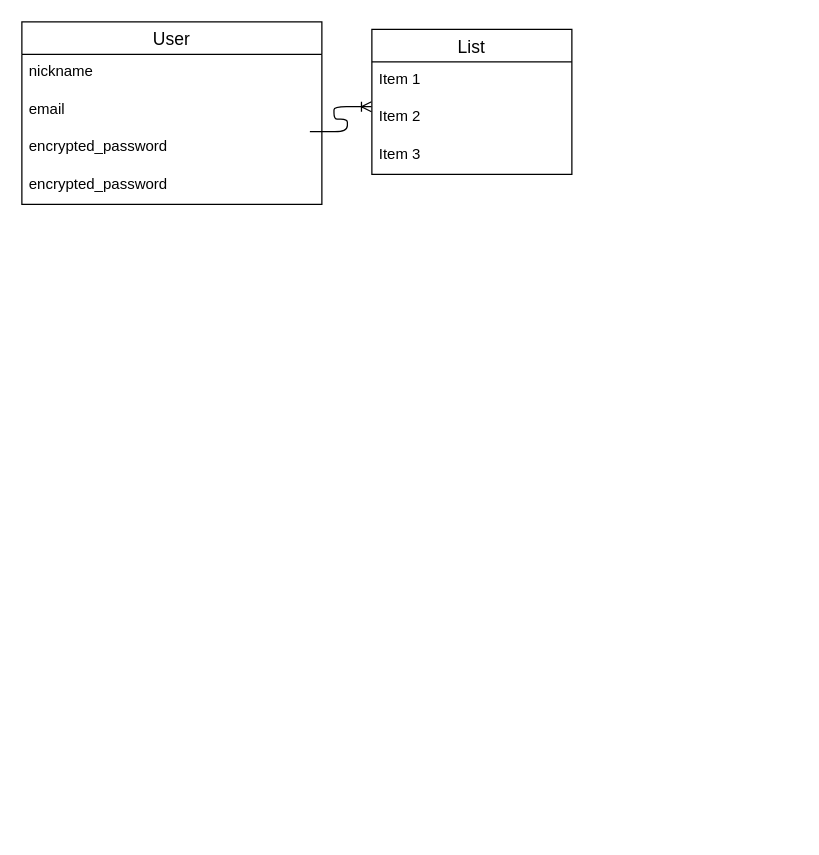
Above: er.dio in Why-4410/furima-34791 (draw.io), before the change. Source tidied: cells renumbered, new cells numbered last; positions are measured from the earlier drawing's top-left corner, leaving out a move shared by most shapes. Both pictures are drawn from the tidied source at 125%, with x=0, y=0 at pixel (21, 21).
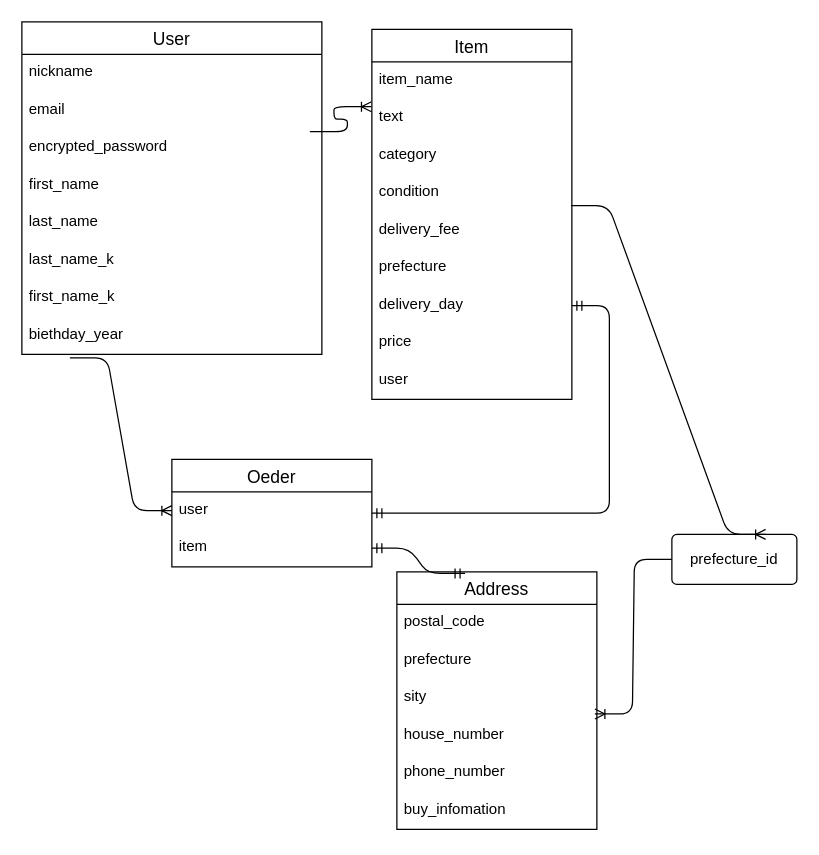
Above is the later version.

Change to the diagram source:
```diff
@@
     <mxCell id="2" value="User" style="swimlane;fontStyle=0;horizontal=1;startSize=26;align=center;fontSize=14;" parent="1" vertex="1">
-      <mxGeometry width="240" height="146" as="geometry" />
+      <mxGeometry width="240" height="266" as="geometry" />
     </mxCell>
@@
-    <mxCell id="7" value="encrypted_password" style="text;strokeColor=none;fillColor=none;spacingLeft=4;spacingRight=4;overflow=hidden;fontSize=12;" parent="2" vertex="1">
+    <mxCell id="7" value="first_name " style="text;strokeColor=none;fillColor=none;spacingLeft=4;spacingRight=4;overflow=hidden;fontSize=12;" parent="2" vertex="1">
       <mxGeometry y="116" width="240" height="30" as="geometry" />
     </mxCell>
+    <mxCell id="13" value="last_name " style="text;strokeColor=none;fillColor=none;spacingLeft=4;spacingRight=4;overflow=hidden;fontSize=12;" parent="2" vertex="1">
+      <mxGeometry y="146" width="240" height="30" as="geometry" />
+    </mxCell>
+    <mxCell id="14" value="last_name_k" style="text;strokeColor=none;fillColor=none;spacingLeft=4;spacingRight=4;overflow=hidden;fontSize=12;" parent="2" vertex="1">
+      <mxGeometry y="176" width="240" height="30" as="geometry" />
+    </mxCell>
+    <mxCell id="15" value="first_name_k" style="text;strokeColor=none;fillColor=none;spacingLeft=4;spacingRight=4;overflow=hidden;fontSize=12;" parent="2" vertex="1">
+      <mxGeometry y="206" width="240" height="30" as="geometry" />
+    </mxCell>
+    <mxCell id="16" value="biethday_year" style="text;strokeColor=none;fillColor=none;spacingLeft=4;spacingRight=4;overflow=hidden;points=[[0,0.5],[1,0.5]];portConstraint=eastwest;fontSize=12;" parent="2" vertex="1">
+      <mxGeometry y="236" width="240" height="30" as="geometry" />
+    </mxCell>
@@
-    <mxCell id="9" value="List" style="swimlane;fontStyle=0;horizontal=1;startSize=26;align=center;fontSize=14;" parent="1" vertex="1">
-      <mxGeometry x="280" y="6" width="160" height="116" as="geometry" />
+    <mxCell id="9" value="Item" style="swimlane;fontStyle=0;horizontal=1;startSize=26;align=center;fontSize=14;" parent="1" vertex="1">
+      <mxGeometry x="280" y="6" width="160" height="296" as="geometry" />
     </mxCell>
-    <mxCell id="10" value="Item 1" style="text;strokeColor=none;fillColor=none;spacingLeft=4;spacingRight=4;overflow=hidden;fontSize=12;" parent="9" vertex="1">
+    <mxCell id="10" value="item_name" style="text;strokeColor=none;fillColor=none;spacingLeft=4;spacingRight=4;overflow=hidden;fontSize=12;" parent="9" vertex="1">
       <mxGeometry y="26" width="160" height="30" as="geometry" />
     </mxCell>
-    <mxCell id="11" value="Item 2" style="text;strokeColor=none;fillColor=none;spacingLeft=4;spacingRight=4;overflow=hidden;points=[[0,0.5],[1,0.5]];portConstraint=eastwest;fontSize=12;" parent="9" vertex="1">
+    <mxCell id="11" value="text" style="text;strokeColor=none;fillColor=none;spacingLeft=4;spacingRight=4;overflow=hidden;points=[[0,0.5],[1,0.5]];portConstraint=eastwest;fontSize=12;" parent="9" vertex="1">
       <mxGeometry y="56" width="160" height="30" as="geometry" />
     </mxCell>
-    <mxCell id="12" value="Item 3" style="text;strokeColor=none;fillColor=none;spacingLeft=4;spacingRight=4;overflow=hidden;fontSize=12;" parent="9" vertex="1">
+    <mxCell id="12" value="category" style="text;strokeColor=none;fillColor=none;spacingLeft=4;spacingRight=4;overflow=hidden;fontSize=12;" parent="9" vertex="1">
       <mxGeometry y="86" width="160" height="30" as="geometry" />
     </mxCell>
+    <mxCell id="17" value="condition" style="text;strokeColor=none;fillColor=none;spacingLeft=4;spacingRight=4;overflow=hidden;points=[[0,0.5],[1,0.5]];portConstraint=eastwest;fontSize=12;" parent="9" vertex="1">
+      <mxGeometry y="116" width="160" height="30" as="geometry" />
+    </mxCell>
+    <mxCell id="18" value="delivery_fee" style="text;strokeColor=none;fillColor=none;spacingLeft=4;spacingRight=4;overflow=hidden;fontSize=12;" parent="9" vertex="1">
+      <mxGeometry y="146" width="160" height="30" as="geometry" />
+    </mxCell>
+    <mxCell id="19" value="prefecture" style="text;strokeColor=none;fillColor=none;spacingLeft=4;spacingRight=4;overflow=hidden;fontSize=12;" parent="9" vertex="1">
+      <mxGeometry y="176" width="160" height="30" as="geometry" />
+    </mxCell>
+    <mxCell id="20" value="delivery_day" style="text;strokeColor=none;fillColor=none;spacingLeft=4;spacingRight=4;overflow=hidden;points=[[0,0.5],[1,0.5]];portConstraint=eastwest;fontSize=12;" parent="9" vertex="1">
+      <mxGeometry y="206" width="160" height="30" as="geometry" />
+    </mxCell>
+    <mxCell id="21" value="price" style="text;strokeColor=none;fillColor=none;spacingLeft=4;spacingRight=4;overflow=hidden;fontSize=12;" parent="9" vertex="1">
+      <mxGeometry y="236" width="160" height="30" as="geometry" />
+    </mxCell>
+    <mxCell id="22" value="user" style="text;strokeColor=none;fillColor=none;spacingLeft=4;spacingRight=4;overflow=hidden;fontSize=12;" parent="9" vertex="1">
+      <mxGeometry y="266" width="160" height="30" as="geometry" />
+    </mxCell>
+    <mxCell id="23" value="Oeder" style="swimlane;fontStyle=0;horizontal=1;startSize=26;align=center;fontSize=14;" parent="1" vertex="1">
+      <mxGeometry x="120" y="350" width="160" height="86" as="geometry" />
+    </mxCell>
+    <mxCell id="24" value="user" style="text;strokeColor=none;fillColor=none;spacingLeft=4;spacingRight=4;overflow=hidden;points=[[0,0.5],[1,0.5]];portConstraint=eastwest;fontSize=12;" parent="23" vertex="1">
+      <mxGeometry y="26" width="160" height="30" as="geometry" />
+    </mxCell>
+    <mxCell id="25" value="item" style="text;strokeColor=none;fillColor=none;spacingLeft=4;spacingRight=4;overflow=hidden;points=[[0,0.5],[1,0.5]];portConstraint=eastwest;fontSize=12;" parent="23" vertex="1">
+      <mxGeometry y="56" width="160" height="30" as="geometry" />
+    </mxCell>
+    <mxCell id="26" style="edgeStyle=entityRelationEdgeStyle;fontSize=12;html=1;endArrow=ERoneToMany;exitX=0.16;exitY=1.095;exitDx=0;exitDy=0;exitPerimeter=0;" parent="1" edge="1" source="16" target="24">
+      <mxGeometry relative="1" as="geometry" />
+    </mxCell>
+    <mxCell id="27" style="edgeStyle=entityRelationEdgeStyle;fontSize=12;html=1;endArrow=ERmandOne;startArrow=ERmandOne;" parent="1" edge="1" source="23" target="20">
+      <mxGeometry relative="1" as="geometry" />
+    </mxCell>
+    <mxCell id="28" value="Address" style="swimlane;fontStyle=0;horizontal=1;startSize=26;align=center;fontSize=14;" parent="1" vertex="1">
+      <mxGeometry x="300" y="440" width="160" height="206" as="geometry" />
+    </mxCell>
+    <mxCell id="29" value="postal_code" style="text;strokeColor=none;fillColor=none;spacingLeft=4;spacingRight=4;overflow=hidden;fontSize=12;" parent="28" vertex="1">
+      <mxGeometry y="26" width="160" height="30" as="geometry" />
+    </mxCell>
+    <mxCell id="30" value="prefecture" style="text;strokeColor=none;fillColor=none;spacingLeft=4;spacingRight=4;overflow=hidden;fontSize=12;" parent="28" vertex="1">
+      <mxGeometry y="56" width="160" height="30" as="geometry" />
+    </mxCell>
+    <mxCell id="31" value="sity" style="text;strokeColor=none;fillColor=none;spacingLeft=4;spacingRight=4;overflow=hidden;fontSize=12;" parent="28" vertex="1">
+      <mxGeometry y="86" width="160" height="30" as="geometry" />
+    </mxCell>
+    <mxCell id="32" value="house_number" style="text;strokeColor=none;fillColor=none;spacingLeft=4;spacingRight=4;overflow=hidden;points=[[0,0.5],[1,0.5]];portConstraint=eastwest;fontSize=12;" parent="28" vertex="1">
+      <mxGeometry y="116" width="160" height="30" as="geometry" />
+    </mxCell>
+    <mxCell id="33" value="phone_number" style="text;strokeColor=none;fillColor=none;spacingLeft=4;spacingRight=4;overflow=hidden;fontSize=12;" parent="28" vertex="1">
+      <mxGeometry y="146" width="160" height="30" as="geometry" />
+    </mxCell>
+    <mxCell id="34" value="buy_infomation" style="text;strokeColor=none;fillColor=none;spacingLeft=4;spacingRight=4;overflow=hidden;fontSize=12;" parent="28" vertex="1">
+      <mxGeometry y="176" width="160" height="30" as="geometry" />
+    </mxCell>
+    <mxCell id="35" style="edgeStyle=entityRelationEdgeStyle;fontSize=12;html=1;endArrow=ERmandOne;startArrow=ERmandOne;entryX=0.341;entryY=0.006;entryDx=0;entryDy=0;entryPerimeter=0;" parent="1" edge="1" source="25" target="28">
+      <mxGeometry relative="1" as="geometry" />
+    </mxCell>
+    <mxCell id="36" value="&lt;span style=&quot;text-align: left&quot;&gt;prefecture_id&lt;/span&gt;" style="rounded=1;arcSize=10;whiteSpace=wrap;html=1;align=center;" parent="1" vertex="1">
+      <mxGeometry x="520" y="410" width="100" height="40" as="geometry" />
+    </mxCell>
+    <mxCell id="37" style="edgeStyle=entityRelationEdgeStyle;fontSize=12;html=1;endArrow=ERoneToMany;entryX=0.99;entryY=-0.078;entryDx=0;entryDy=0;entryPerimeter=0;" parent="1" edge="1" source="36" target="32">
+      <mxGeometry relative="1" as="geometry" />
+    </mxCell>
+    <mxCell id="38" style="edgeStyle=entityRelationEdgeStyle;fontSize=12;html=1;endArrow=ERoneToMany;entryX=0.75;entryY=0;entryDx=0;entryDy=0;exitX=0.996;exitY=0.833;exitDx=0;exitDy=0;exitPerimeter=0;" parent="1" edge="1" source="17" target="36">
+      <mxGeometry relative="1" as="geometry" />
+    </mxCell>
```
